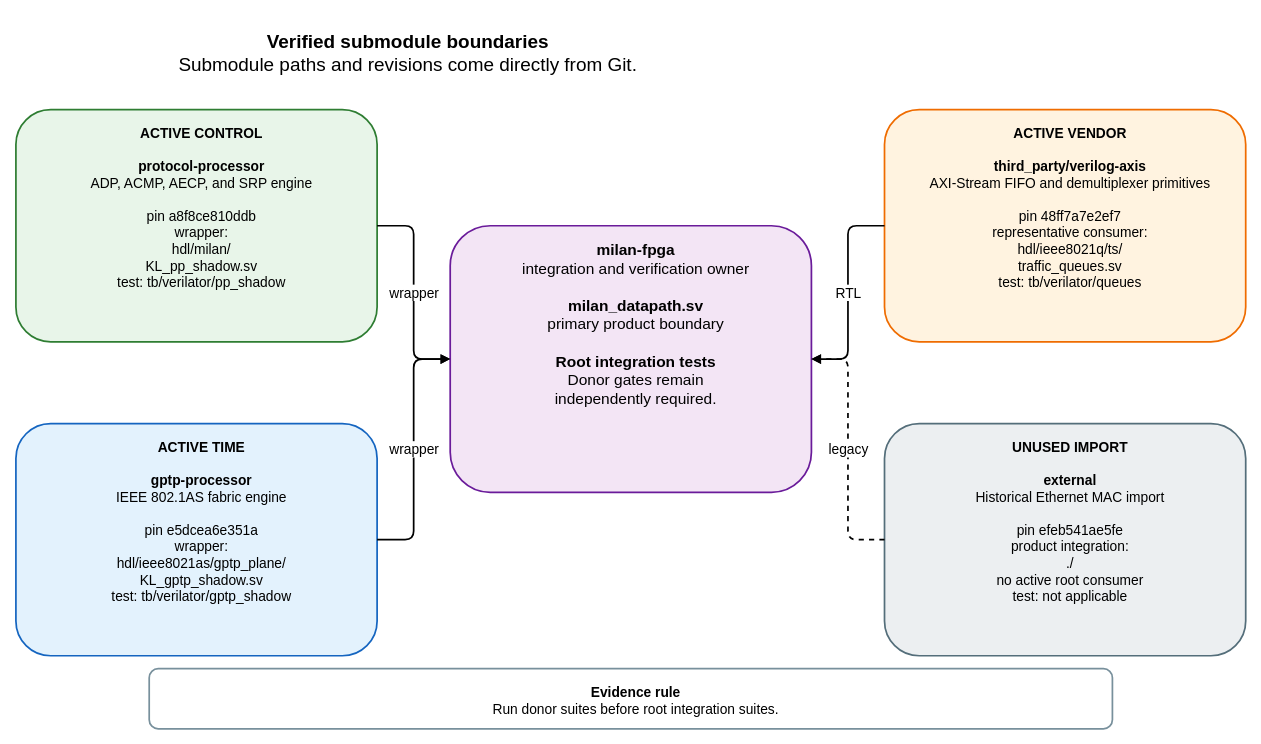
Before: docs/diagrams/submodule_boundaries.drawio in kebag-logic/milan-fpga, a draw.io diagram. Source tidied: cells renumbered, new cells numbered last; positions are measured from the earlier drawing's top-left corner, leaving out a move shared by most shapes. Both pictures are drawn from the tidied source at 86%, with x=0, y=0 at pixel (15, 15).
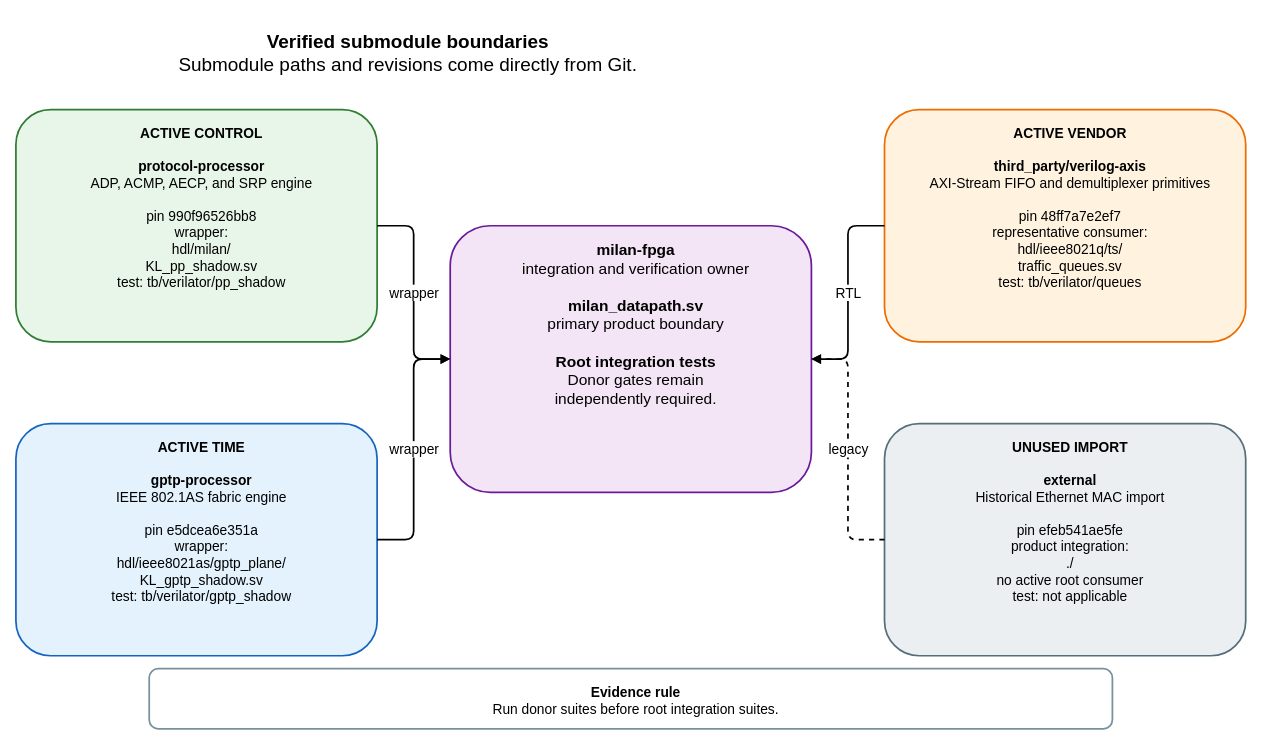
After the change.

Commit message (it also covers changes not shown here):
Regenerate the processor pin diagram and raster manifest

Change to the diagram source:
```diff
@@
 <mxGraphModel>
   <root>
     <mxCell id="0" />
     <mxCell id="1" parent="0" />
     <mxCell id="2" value="&lt;b&gt;Verified submodule boundaries&lt;/b&gt;&lt;br&gt;Submodule paths and revisions come directly from Git." style="rounded=1;whiteSpace=wrap;html=1;verticalAlign=top;spacingTop=12;spacingLeft=12;fontSize=22;fontFamily=Helvetica;fillColor=none;strokeColor=none;strokeWidth=2;" parent="1" vertex="1">
       <mxGeometry width="900" height="65" as="geometry" />
     </mxCell>
     <mxCell id="3" value="&lt;b&gt;milan-fpga&lt;/b&gt;&lt;br&gt;integration and verification owner&lt;br&gt;&lt;br&gt;&lt;b&gt;milan_datapath.sv&lt;/b&gt;&lt;br&gt;primary product boundary&lt;br&gt;&lt;br&gt;&lt;b&gt;Root integration tests&lt;/b&gt;&lt;br&gt;Donor gates remain&lt;br&gt;independently required." style="rounded=1;whiteSpace=wrap;html=1;verticalAlign=top;spacingTop=12;spacingLeft=12;fontSize=18;fontFamily=Helvetica;fillColor=#F3E5F5;strokeColor=#6A1B9A;strokeWidth=2;" parent="1" vertex="1">
       <mxGeometry x="505" y="245" width="420" height="310" as="geometry" />
     </mxCell>
-    <mxCell id="4" value="&lt;b&gt;ACTIVE CONTROL&lt;/b&gt;&lt;br&gt;&lt;br&gt;&lt;b&gt;protocol-processor&lt;/b&gt;&lt;br&gt;ADP, ACMP, AECP, and SRP engine&lt;br&gt;&lt;br&gt;pin a8f8ce810ddb&lt;br&gt;wrapper:&lt;br&gt;hdl/milan/&lt;br&gt;KL_pp_shadow.sv&lt;br&gt;test: tb/verilator/pp_shadow" style="rounded=1;whiteSpace=wrap;html=1;verticalAlign=top;spacingTop=12;spacingLeft=12;fontSize=16;fontFamily=Helvetica;fillColor=#E8F5E9;strokeColor=#2E7D32;strokeWidth=2;" parent="1" vertex="1">
+    <mxCell id="4" value="&lt;b&gt;ACTIVE CONTROL&lt;/b&gt;&lt;br&gt;&lt;br&gt;&lt;b&gt;protocol-processor&lt;/b&gt;&lt;br&gt;ADP, ACMP, AECP, and SRP engine&lt;br&gt;&lt;br&gt;pin 990f96526bb8&lt;br&gt;wrapper:&lt;br&gt;hdl/milan/&lt;br&gt;KL_pp_shadow.sv&lt;br&gt;test: tb/verilator/pp_shadow" style="rounded=1;whiteSpace=wrap;html=1;verticalAlign=top;spacingTop=12;spacingLeft=12;fontSize=16;fontFamily=Helvetica;fillColor=#E8F5E9;strokeColor=#2E7D32;strokeWidth=2;" parent="1" vertex="1">
       <mxGeometry y="110" width="420" height="270" as="geometry" />
     </mxCell>
     <mxCell id="5" value="&lt;b&gt;ACTIVE TIME&lt;/b&gt;&lt;br&gt;&lt;br&gt;&lt;b&gt;gptp-processor&lt;/b&gt;&lt;br&gt;IEEE 802.1AS fabric engine&lt;br&gt;&lt;br&gt;pin e5dcea6e351a&lt;br&gt;wrapper:&lt;br&gt;hdl/ieee8021as/gptp_plane/&lt;br&gt;KL_gptp_shadow.sv&lt;br&gt;test: tb/verilator/gptp_shadow" style="rounded=1;whiteSpace=wrap;html=1;verticalAlign=top;spacingTop=12;spacingLeft=12;fontSize=16;fontFamily=Helvetica;fillColor=#E3F2FD;strokeColor=#1565C0;strokeWidth=2;" parent="1" vertex="1">
       <mxGeometry y="475" width="420" height="270" as="geometry" />
     </mxCell>
     <mxCell id="6" value="&lt;b&gt;ACTIVE VENDOR&lt;/b&gt;&lt;br&gt;&lt;br&gt;&lt;b&gt;third_party/verilog-axis&lt;/b&gt;&lt;br&gt;AXI-Stream FIFO and demultiplexer primitives&lt;br&gt;&lt;br&gt;pin 48ff7a7e2ef7&lt;br&gt;representative consumer:&lt;br&gt;hdl/ieee8021q/ts/&lt;br&gt;traffic_queues.sv&lt;br&gt;test: tb/verilator/queues" style="rounded=1;whiteSpace=wrap;html=1;verticalAlign=top;spacingTop=12;spacingLeft=12;fontSize=16;fontFamily=Helvetica;fillColor=#FFF3E0;strokeColor=#EF6C00;strokeWidth=2;" parent="1" vertex="1">
       <mxGeometry x="1010" y="110" width="420" height="270" as="geometry" />
     </mxCell>
     <mxCell id="7" value="&lt;b&gt;UNUSED IMPORT&lt;/b&gt;&lt;br&gt;&lt;br&gt;&lt;b&gt;external&lt;/b&gt;&lt;br&gt;Historical Ethernet MAC import&lt;br&gt;&lt;br&gt;pin efeb541ae5fe&lt;br&gt;product integration:&lt;br&gt;./&lt;br&gt;no active root consumer&lt;br&gt;test: not applicable" style="rounded=1;whiteSpace=wrap;html=1;verticalAlign=top;spacingTop=12;spacingLeft=12;fontSize=16;fontFamily=Helvetica;fillColor=#ECEFF1;strokeColor=#546E7A;strokeWidth=2;" parent="1" vertex="1">
       <mxGeometry x="1010" y="475" width="420" height="270" as="geometry" />
     </mxCell>
     <mxCell id="8" value="wrapper" style="edgeStyle=orthogonalEdgeStyle;rounded=1;jettySize=auto;html=1;endArrow=block;endFill=1;strokeWidth=2;fontSize=16;fontFamily=Helvetica;labelBackgroundColor=#FFFFFF;" parent="1" edge="1" source="4" target="3">
       <mxGeometry relative="1" as="geometry" />
     </mxCell>
     <mxCell id="9" value="wrapper" style="edgeStyle=orthogonalEdgeStyle;rounded=1;jettySize=auto;html=1;endArrow=block;endFill=1;strokeWidth=2;fontSize=16;fontFamily=Helvetica;labelBackgroundColor=#FFFFFF;" parent="1" edge="1" source="5" target="3">
       <mxGeometry relative="1" as="geometry" />
     </mxCell>
     <mxCell id="10" value="RTL" style="edgeStyle=orthogonalEdgeStyle;rounded=1;jettySize=auto;html=1;endArrow=block;endFill=1;strokeWidth=2;fontSize=16;fontFamily=Helvetica;labelBackgroundColor=#FFFFFF;" parent="1" edge="1" source="6" target="3">
       <mxGeometry relative="1" as="geometry" />
     </mxCell>
     <mxCell id="11" value="legacy" style="edgeStyle=orthogonalEdgeStyle;rounded=1;jettySize=auto;html=1;endArrow=block;endFill=1;strokeWidth=2;fontSize=16;fontFamily=Helvetica;labelBackgroundColor=#FFFFFF;dashed=1;" parent="1" edge="1" source="7" target="3">
       <mxGeometry relative="1" as="geometry" />
     </mxCell>
     <mxCell id="12" value="&lt;b&gt;Evidence rule&lt;/b&gt;&lt;br&gt;Run donor suites before root integration suites." style="rounded=1;whiteSpace=wrap;html=1;verticalAlign=top;spacingTop=12;spacingLeft=12;fontSize=16;fontFamily=Helvetica;fillColor=#FFFFFF;strokeColor=#78909C;strokeWidth=2;" parent="1" vertex="1">
       <mxGeometry x="155" y="760" width="1120" height="70" as="geometry" />
     </mxCell>
   </root>
 </mxGraphModel>
```
